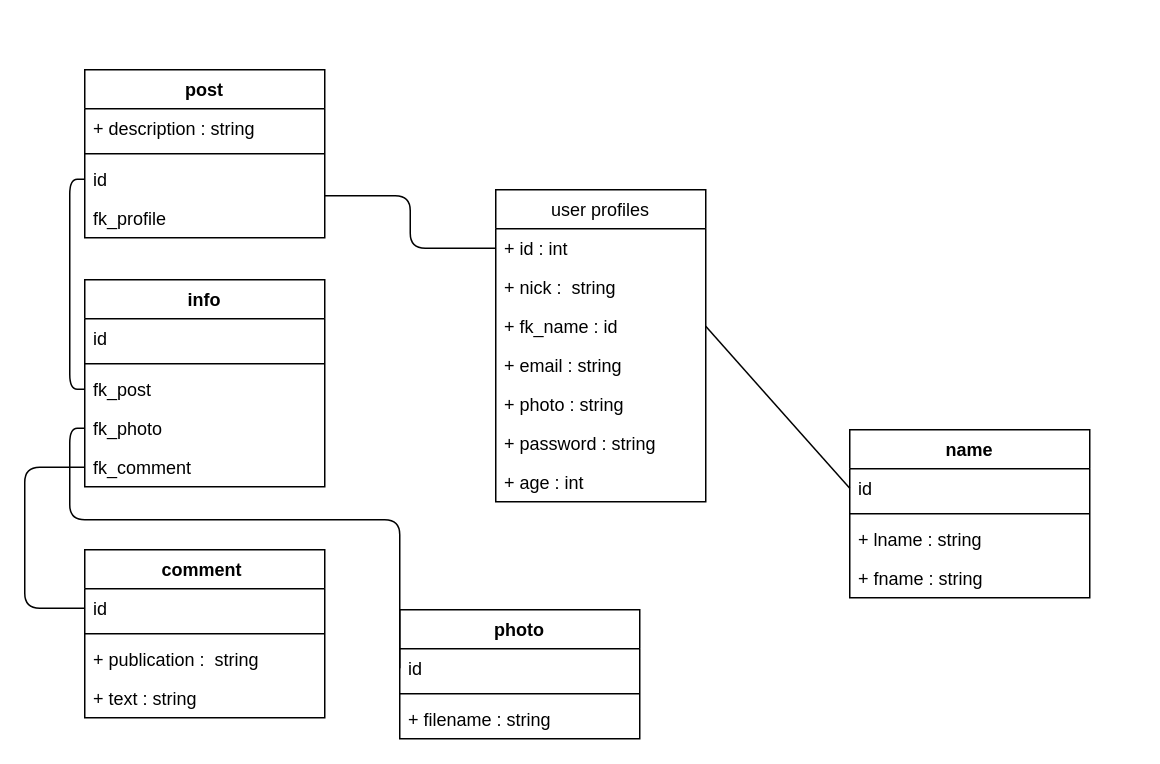
The draw.io diagram page "Page-3" (3 of 3) of Mohamad/Social Network.drawio in hsntrk/BE16-DBDev-DAY1-Hasan-Mohamad, before the edit. Source tidied: cells renumbered, new cells numbered last; positions are measured from the earlier drawing's top-left corner, leaving out a move shared by most shapes. Both pictures are drawn from the tidied source at 150%, with x=0, y=0 at pixel (24, 69).
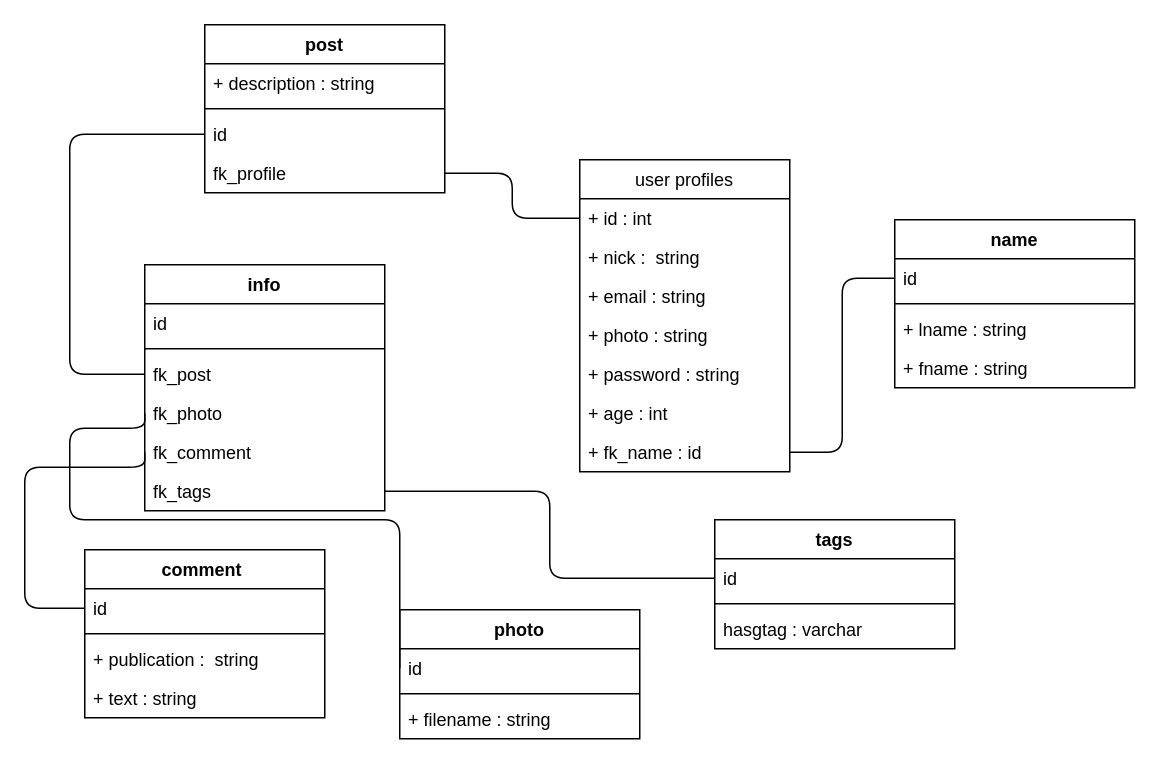
The same diagram, later.

The change refers to these unchanged cells:
```xml
<mxCell id="3" value="+ id : int" style="text;strokeColor=none;fillColor=none;align=left;verticalAlign=top;spacingLeft=4;spacingRight=4;overflow=hidden;points=[[0,0.5],[1,0.5]];portConstraint=eastwest;" parent="2" vertex="1">
  <mxGeometry y="26" width="140" height="26" as="geometry" />
</mxCell>
<mxCell id="19" value="id" style="text;strokeColor=none;fillColor=none;align=left;verticalAlign=top;spacingLeft=4;spacingRight=4;overflow=hidden;points=[[0,0.5],[1,0.5]];portConstraint=eastwest;" parent="16" vertex="1">
  <mxGeometry y="60" width="160" height="26" as="geometry" />
</mxCell>
<mxCell id="20" value="fk_profile" style="text;strokeColor=none;fillColor=none;align=left;verticalAlign=top;spacingLeft=4;spacingRight=4;overflow=hidden;points=[[0,0.5],[1,0.5]];portConstraint=eastwest;" parent="16" vertex="1">
  <mxGeometry y="86" width="160" height="26" as="geometry" />
</mxCell>
<mxCell id="22" value="id" style="text;strokeColor=none;fillColor=none;align=left;verticalAlign=top;spacingLeft=4;spacingRight=4;overflow=hidden;points=[[0,0.5],[1,0.5]];portConstraint=eastwest;" parent="21" vertex="1">
  <mxGeometry y="26" width="160" height="26" as="geometry" />
</mxCell>
<mxCell id="34" value="fk_post" style="text;strokeColor=none;fillColor=none;align=left;verticalAlign=top;spacingLeft=4;spacingRight=4;overflow=hidden;points=[[0,0.5],[1,0.5]];portConstraint=eastwest;" parent="31" vertex="1">
  <mxGeometry y="60" width="160" height="26" as="geometry" />
</mxCell>
```

What changed in the source:
```diff
@@
     <mxCell id="2" value="user profiles" style="swimlane;fontStyle=0;horizontal=1;startSize=26;fillColor=none;" parent="1" vertex="1">
-      <mxGeometry x="314" y="80" width="140" height="208" as="geometry" />
+      <mxGeometry x="370" y="60" width="140" height="208" as="geometry" />
     </mxCell>
@@
-    <mxCell id="5" value="+ fk_name : id" style="text;strokeColor=none;fillColor=none;align=left;verticalAlign=top;spacingLeft=4;spacingRight=4;overflow=hidden;points=[[0,0.5],[1,0.5]];portConstraint=eastwest;" parent="2" vertex="1">
-      <mxGeometry y="78" width="140" height="26" as="geometry" />
-    </mxCell>
     <mxCell id="6" value="+ email : string" style="text;strokeColor=none;fillColor=none;align=left;verticalAlign=top;spacingLeft=4;spacingRight=4;overflow=hidden;" parent="2" vertex="1">
-      <mxGeometry y="104" width="140" height="26" as="geometry" />
+      <mxGeometry y="78" width="140" height="26" as="geometry" />
     </mxCell>
     <mxCell id="7" value="+ photo : string " style="text;strokeColor=none;fillColor=none;align=left;verticalAlign=top;spacingLeft=4;spacingRight=4;overflow=hidden;" parent="2" vertex="1">
-      <mxGeometry y="130" width="140" height="26" as="geometry" />
+      <mxGeometry y="104" width="140" height="26" as="geometry" />
     </mxCell>
     <mxCell id="8" value="+ password : string " style="text;strokeColor=none;fillColor=none;align=left;verticalAlign=top;spacingLeft=4;spacingRight=4;overflow=hidden;" parent="2" vertex="1">
-      <mxGeometry y="156" width="140" height="26" as="geometry" />
+      <mxGeometry y="130" width="140" height="26" as="geometry" />
     </mxCell>
     <mxCell id="9" value="+ age : int" style="text;strokeColor=none;fillColor=none;align=left;verticalAlign=top;spacingLeft=4;spacingRight=4;overflow=hidden;" parent="2" vertex="1">
-      <mxGeometry y="182" width="140" height="26" as="geometry" />
+      <mxGeometry y="156" width="140" height="26" as="geometry" />
     </mxCell>
+    <mxCell id="5" value="+ fk_name : id" style="text;strokeColor=none;fillColor=none;align=left;verticalAlign=top;spacingLeft=4;spacingRight=4;overflow=hidden;points=[[0,0.5],[1,0.5]];portConstraint=eastwest;" parent="2" vertex="1">
+      <mxGeometry y="182" width="140" height="26" as="geometry" />
+    </mxCell>
@@
-    <mxCell id="15" style="edgeStyle=orthogonalEdgeStyle;html=1;exitX=1;exitY=0.75;exitDx=0;exitDy=0;entryX=0;entryY=0.5;entryDx=0;entryDy=0;endArrow=none;endFill=0;" parent="1" edge="1" source="16" target="3">
+    <mxCell id="15" style="edgeStyle=orthogonalEdgeStyle;html=1;exitX=1;exitY=0.5;exitDx=0;exitDy=0;entryX=0;entryY=0.5;entryDx=0;entryDy=0;endArrow=none;endFill=0;" parent="1" edge="1" source="20" target="3">
       <mxGeometry relative="1" as="geometry" />
     </mxCell>
     <mxCell id="16" value="post" style="swimlane;fontStyle=1;align=center;verticalAlign=top;horizontal=1;startSize=26;" parent="1" vertex="1">
-      <mxGeometry x="40" width="160" height="112" as="geometry" />
+      <mxGeometry x="120" y="-30" width="160" height="112" as="geometry" />
     </mxCell>
@@
     <mxCell id="21" value="name" style="swimlane;fontStyle=1;align=center;verticalAlign=top;horizontal=1;startSize=26;" parent="1" vertex="1">
-      <mxGeometry x="550" y="240" width="160" height="112" as="geometry" />
+      <mxGeometry x="580" y="100" width="160" height="112" as="geometry" />
     </mxCell>
@@
-    <mxCell id="26" style="edgeStyle=none;html=1;exitX=0;exitY=0.5;exitDx=0;exitDy=0;entryX=1;entryY=0.5;entryDx=0;entryDy=0;endArrow=none;endFill=0;" parent="1" edge="1" source="22" target="5">
+    <mxCell id="26" style="edgeStyle=orthogonalEdgeStyle;html=1;exitX=0;exitY=0.5;exitDx=0;exitDy=0;entryX=1;entryY=0.5;entryDx=0;entryDy=0;endArrow=none;endFill=0;" parent="1" edge="1" source="22" target="5">
       <mxGeometry relative="1" as="geometry" />
     </mxCell>
@@
     <mxCell id="31" value="info" style="swimlane;fontStyle=1;align=center;verticalAlign=top;horizontal=1;startSize=26;" parent="1" vertex="1">
-      <mxGeometry x="40" y="140" width="160" height="138" as="geometry" />
+      <mxGeometry x="80" y="130" width="160" height="164" as="geometry" />
     </mxCell>
@@
+    <mxCell id="40" value="fk_tags" style="text;strokeColor=none;fillColor=none;align=left;verticalAlign=top;spacingLeft=4;spacingRight=4;overflow=hidden;points=[[0,0.5],[1,0.5]];portConstraint=eastwest;" parent="31" vertex="1">
+      <mxGeometry y="138" width="160" height="26" as="geometry" />
+    </mxCell>
     <mxCell id="37" style="edgeStyle=orthogonalEdgeStyle;html=1;exitX=0;exitY=0.5;exitDx=0;exitDy=0;entryX=0;entryY=0.5;entryDx=0;entryDy=0;endArrow=none;endFill=0;" parent="1" edge="1" source="19" target="34">
-      <mxGeometry relative="1" as="geometry" />
+      <mxGeometry relative="1" as="geometry">
+        <Array as="points">
+          <mxPoint x="30" y="43" />
+          <mxPoint x="30" y="203" />
+        </Array>
+      </mxGeometry>
     </mxCell>
@@
+    <mxCell id="41" value="tags" style="swimlane;fontStyle=1;align=center;verticalAlign=top;horizontal=1;startSize=26;" parent="1" vertex="1">
+      <mxGeometry x="460" y="300" width="160" height="86" as="geometry" />
+    </mxCell>
+    <mxCell id="42" value="id" style="text;strokeColor=none;fillColor=none;align=left;verticalAlign=top;spacingLeft=4;spacingRight=4;overflow=hidden;points=[[0,0.5],[1,0.5]];portConstraint=eastwest;" parent="41" vertex="1">
+      <mxGeometry y="26" width="160" height="26" as="geometry" />
+    </mxCell>
+    <mxCell id="43" style="line;strokeWidth=1;fillColor=none;align=left;verticalAlign=middle;spacingTop=-1;spacingLeft=3;spacingRight=3;labelPosition=right;" parent="41" vertex="1">
+      <mxGeometry y="52" width="160" height="8" as="geometry" />
+    </mxCell>
+    <mxCell id="44" value="hasgtag : varchar" style="text;strokeColor=none;fillColor=none;align=left;verticalAlign=top;spacingLeft=4;spacingRight=4;overflow=hidden;" parent="41" vertex="1">
+      <mxGeometry y="60" width="160" height="26" as="geometry" />
+    </mxCell>
+    <mxCell id="45" style="edgeStyle=orthogonalEdgeStyle;html=1;exitX=1;exitY=0.5;exitDx=0;exitDy=0;entryX=0;entryY=0.5;entryDx=0;entryDy=0;endArrow=none;endFill=0;" parent="1" edge="1" source="40" target="42">
+      <mxGeometry relative="1" as="geometry" />
+    </mxCell>
```
